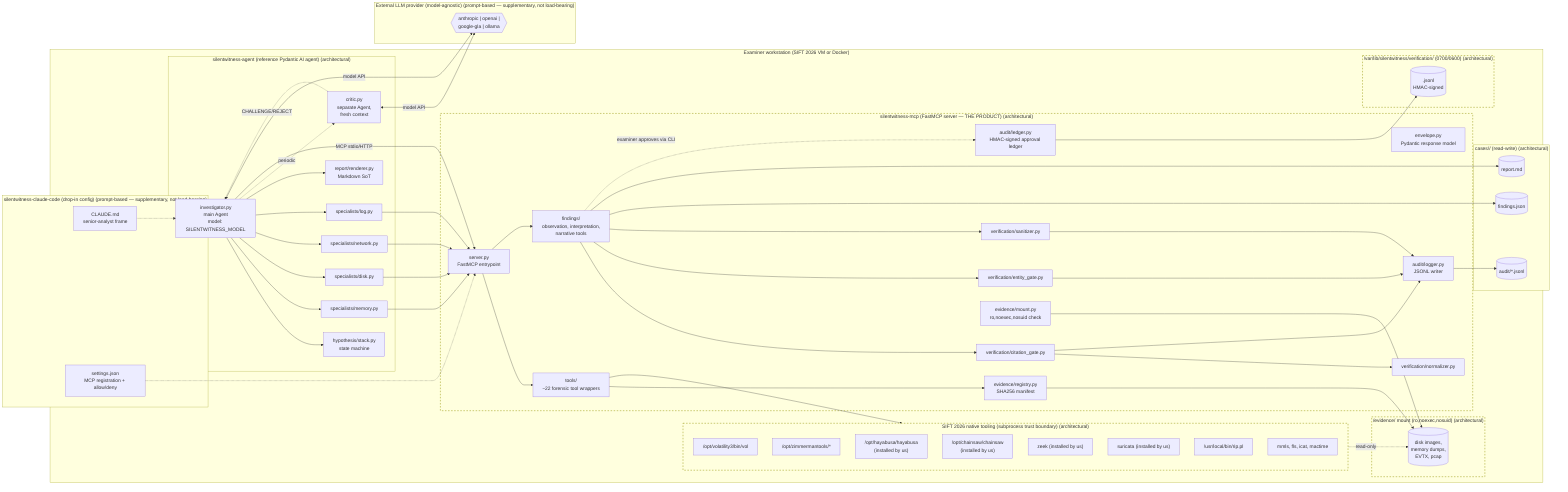
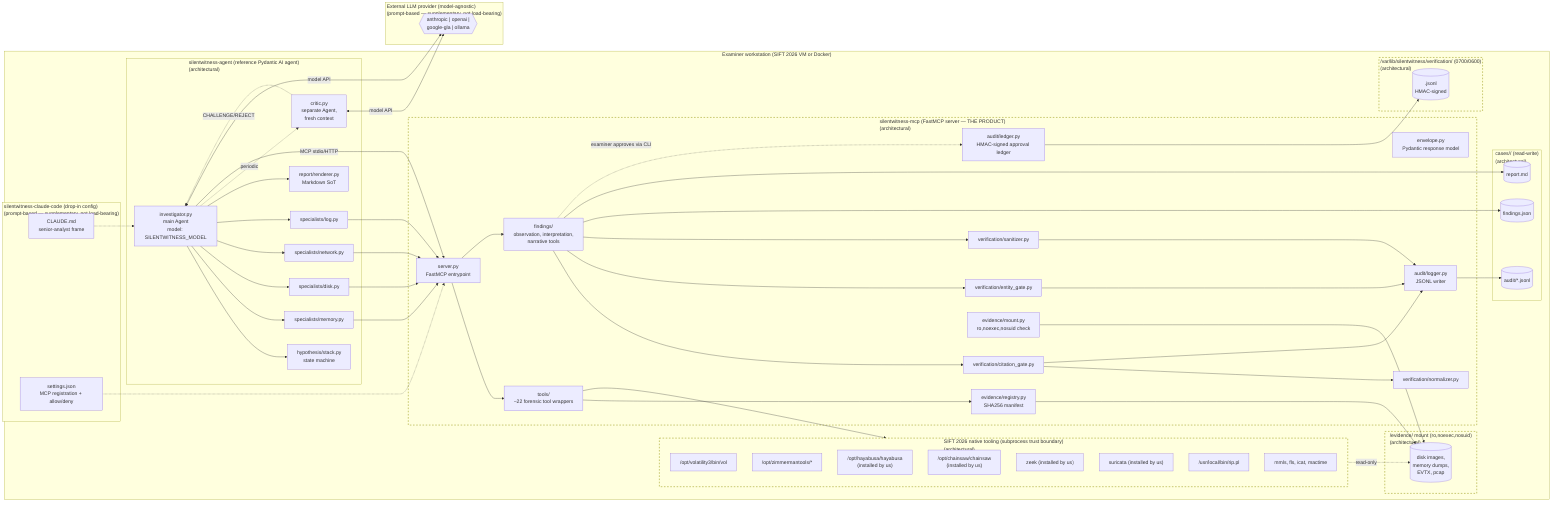
flowchart LR
    subgraph user_machine["Examiner workstation (SIFT 2026 VM or Docker)"]

-         subgraph claude_code_artifact["silentwitness-claude-code (drop-in config) (prompt-based — supplementary, not load-bearing)"]
+         subgraph claude_code_artifact["silentwitness-claude-code (drop-in config)<br/>(prompt-based — supplementary, not load-bearing)"]
            cc_md["CLAUDE.md<br/>senior-analyst frame"]
            cc_settings["settings.json<br/>MCP registration + allow/deny"]
        end

-         subgraph agent_artifact["silentwitness-agent (reference Pydantic AI agent) (architectural)"]
+         subgraph agent_artifact["silentwitness-agent (reference Pydantic AI agent)<br/>(architectural)"]
            investigator["investigator.py<br/>main Agent<br/>model: SILENTWITNESS_MODEL"]
            mem_spec["specialists/memory.py"]
            disk_spec["specialists/disk.py"]
            net_spec["specialists/network.py"]
            log_spec["specialists/log.py"]
            hyp_stack["hypothesis/stack.py<br/>state machine"]
            report["report/renderer.py<br/>Markdown SoT"]
            critic["critic.py<br/>separate Agent,<br/>fresh context"]
        end

-         subgraph mcp_artifact["silentwitness-mcp (FastMCP server — THE PRODUCT) (architectural)"]
+         subgraph mcp_artifact["silentwitness-mcp (FastMCP server — THE PRODUCT)<br/>(architectural)"]
            srv["server.py<br/>FastMCP entrypoint"]
            tools["tools/<br/>~22 forensic tool wrappers"]
            envelope["envelope.py<br/>Pydantic response model"]
            cit_gate["verification/citation_gate.py"]
            ent_gate["verification/entity_gate.py"]
            sanit["verification/sanitizer.py"]
            norm["verification/normalizer.py"]
            audit_log["audit/logger.py<br/>JSONL writer"]
            hmac_led["audit/ledger.py<br/>HMAC-signed approval ledger"]
            ev_reg["evidence/registry.py<br/>SHA256 manifest"]
            mount_v["evidence/mount.py<br/>ro,noexec,nosuid check"]
            findings["findings/<br/>observation, interpretation,<br/>narrative tools"]
        end

-         subgraph sift_tools["SIFT 2026 native tooling (subprocess trust boundary) (architectural)"]
+         subgraph sift_tools["SIFT 2026 native tooling (subprocess trust boundary)<br/>(architectural)"]
            vol3["/opt/volatility3/bin/vol"]
            ez["/opt/zimmermantools/*"]
            hayabusa["/opt/hayabusa/hayabusa<br/>(installed by us)"]
            chainsaw["/opt/chainsaw/chainsaw<br/>(installed by us)"]
            zeek["zeek (installed by us)"]
            suricata["suricata (installed by us)"]
            regripper["/usr/local/bin/rip.pl"]
            tsk["mmls, fls, icat, mactime"]
        end

-         subgraph evidence_volume["/evidence/ mount (ro,noexec,nosuid) (architectural)"]
+         subgraph evidence_volume["/evidence/ mount (ro,noexec,nosuid)<br/>(architectural)"]
            ev_files[("disk images,<br/>memory dumps,<br/>EVTX, pcap")]
        end

-         subgraph case_volume["cases/<case_id>/ (read-write) (architectural)"]
+         subgraph case_volume["cases/<case_id>/ (read-write)<br/>(architectural)"]
            audit_dir[("audit/*.jsonl")]
            report_md[("report.md")]
            findings_json[("findings.json")]
        end

-         subgraph ledger_volume["/var/lib/silentwitness/verification/ (0700/0600) (architectural)"]
+         subgraph ledger_volume["/var/lib/silentwitness/verification/ (0700/0600)<br/>(architectural)"]
            led_jsonl[("<case_id>.jsonl<br/>HMAC-signed")]
        end

    end

-     subgraph llm_provider["External LLM provider (model-agnostic) (prompt-based — supplementary, not load-bearing)"]
+     subgraph llm_provider["External LLM provider (model-agnostic)<br/>(prompt-based — supplementary, not load-bearing)"]
        prov{{"anthropic | openai |<br/>google-gla | ollama"}}
    end

    cc_md -.-> investigator
    cc_settings -.-> srv
    investigator --> hyp_stack
    investigator --> mem_spec
    investigator --> disk_spec
    investigator --> net_spec
    investigator --> log_spec
    investigator --> report
    investigator -. periodic .-> critic
    critic -. CHALLENGE/REJECT .-> investigator
    mem_spec & disk_spec & net_spec & log_spec --> srv

    investigator -- MCP stdio/HTTP --> srv
    srv --> tools
    srv --> findings
    tools --> sift_tools
    sift_tools -. read-only .-> ev_files

    findings --> cit_gate
    findings --> ent_gate
    findings --> sanit
    cit_gate --> norm
    cit_gate --> audit_log
    ent_gate --> audit_log
    sanit --> audit_log
    audit_log --> audit_dir
    findings --> findings_json
    findings --> report_md

    tools --> ev_reg
    ev_reg --> ev_files
    mount_v --> ev_files

    investigator <-- model API --> prov
    critic <-- model API --> prov

    findings -. "examiner approves via CLI" .-> hmac_led
    hmac_led --> led_jsonl

    classDef boundary stroke-dasharray:5 5,stroke-width:2px;
    class mcp_artifact,sift_tools,evidence_volume,ledger_volume boundary;
